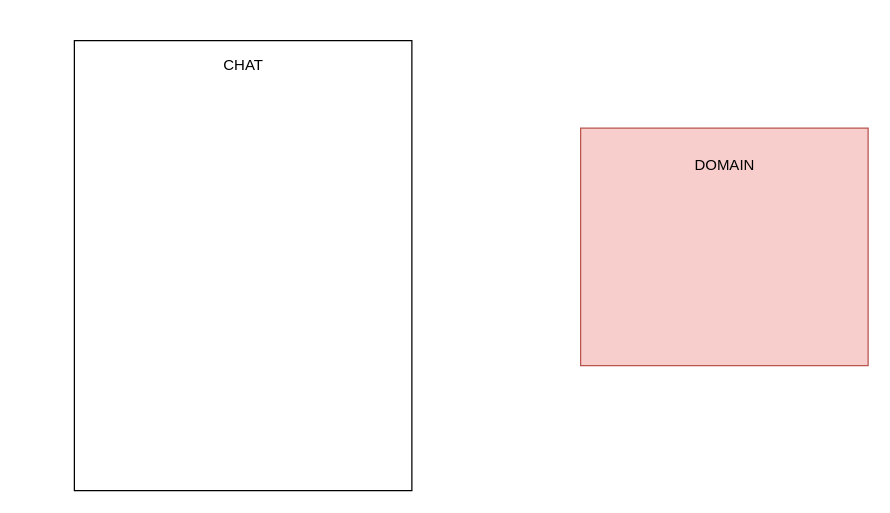
david-merosiu/uml keeps this draw.io diagram as Untitled Diagram.drawio. Above is the earlier version. Source tidied: cells renumbered, new cells numbered last; positions are measured from the earlier drawing's top-left corner, leaving out a move shared by most shapes. Both pictures are drawn from the tidied source at 125%, with x=0, y=0 at pixel (74, 21).
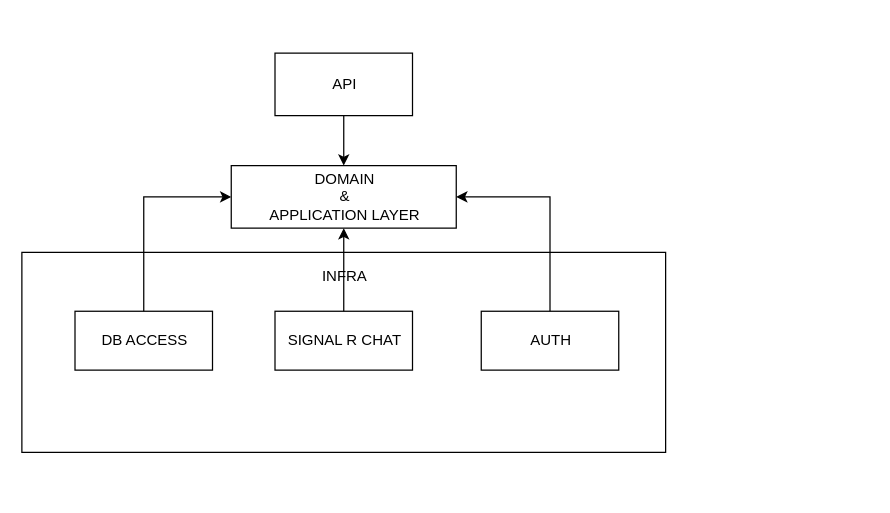
After the change.

The edit, as a diff of the source:
```diff
@@
 <mxGraphModel>
   <root>
     <mxCell id="0" />
     <mxCell id="1" parent="0" />
-    <mxCell id="2" style="group;" parent="1" vertex="1">
-      <mxGeometry width="270" height="360" as="geometry" />
-    </mxCell>
-    <mxCell id="3" style="rounded=0;whiteSpace=wrap;html=1;" parent="2" vertex="1">
-      <mxGeometry y="15" width="270" height="360" as="geometry" />
-    </mxCell>
-    <mxCell id="4" value="CHAT" style="text;html=1;align=center;verticalAlign=middle;strokeColor=none;fillColor=none;" parent="2" vertex="1">
-      <mxGeometry x="110" y="25" width="50" height="20" as="geometry" />
-    </mxCell>
-    <mxCell id="5" style="group;" parent="1" vertex="1">
-      <mxGeometry x="405" y="85" width="230" height="190" as="geometry" />
-    </mxCell>
-    <mxCell id="6" style="rounded=0;whiteSpace=wrap;html=1;fillColor=#f8cecc;strokeColor=#b85450;" parent="5" vertex="1">
-      <mxGeometry width="230" height="190" as="geometry" />
-    </mxCell>
-    <mxCell id="7" value="DOMAIN" style="text;html=1;align=center;verticalAlign=middle;strokeColor=none;fillColor=none;" parent="5" vertex="1">
-      <mxGeometry x="85" y="20" width="60" height="20" as="geometry" />
-    </mxCell>
+    <mxCell id="8" style="group;" parent="1" vertex="1">
+      <mxGeometry x="-34.5" y="175" width="515" height="160" as="geometry" />
+    </mxCell>
+    <mxCell id="9" style="rounded=0;whiteSpace=wrap;html=1;" parent="8" vertex="1">
+      <mxGeometry x="-7.5" y="9.4" width="515" height="160" as="geometry" />
+    </mxCell>
+    <mxCell id="10" value="INFRA" style="text;html=1;align=center;verticalAlign=middle;strokeColor=none;fillColor=none;" parent="8" vertex="1">
+      <mxGeometry x="225" y="18.8" width="50" height="20" as="geometry" />
+    </mxCell>
+    <mxCell id="11" value="SIGNAL R CHAT" style="html=1;" parent="8" vertex="1">
+      <mxGeometry x="195" y="56.5" width="110" height="47.1" as="geometry" />
+    </mxCell>
+    <mxCell id="12" value="AUTH" style="html=1;" parent="8" vertex="1">
+      <mxGeometry x="360" y="56.5" width="110" height="47.1" as="geometry" />
+    </mxCell>
+    <mxCell id="13" value="DB ACCESS" style="html=1;" parent="8" vertex="1">
+      <mxGeometry x="35" y="56.5" width="110" height="47.1" as="geometry" />
+    </mxCell>
+    <mxCell id="14" style="edgeStyle=orthogonalEdgeStyle;rounded=0;jettySize=auto;html=1;entryX=0.5;entryY=1;entryDx=0;entryDy=0;" parent="1" edge="1" source="11" target="17">
+      <mxGeometry relative="1" as="geometry" />
+    </mxCell>
+    <mxCell id="15" style="edgeStyle=orthogonalEdgeStyle;rounded=0;jettySize=auto;html=1;entryX=1;entryY=0.5;entryDx=0;entryDy=0;exitX=0.5;exitY=0;exitDx=0;exitDy=0;" parent="1" edge="1" source="12" target="17">
+      <mxGeometry relative="1" as="geometry" />
+    </mxCell>
+    <mxCell id="16" style="edgeStyle=orthogonalEdgeStyle;rounded=0;jettySize=auto;html=1;entryX=0;entryY=0.5;entryDx=0;entryDy=0;exitX=0.5;exitY=0;exitDx=0;exitDy=0;" parent="1" edge="1" source="13" target="17">
+      <mxGeometry relative="1" as="geometry" />
+    </mxCell>
+    <mxCell id="17" value="DOMAIN&lt;br&gt;&amp;amp;&lt;br&gt;APPLICATION LAYER" style="html=1;" parent="1" vertex="1">
+      <mxGeometry x="125.5" y="115" width="180" height="50" as="geometry" />
+    </mxCell>
+    <mxCell id="18" style="edgeStyle=orthogonalEdgeStyle;rounded=0;jettySize=auto;html=1;entryX=0.5;entryY=0;entryDx=0;entryDy=0;" parent="1" edge="1" source="19" target="17">
+      <mxGeometry relative="1" as="geometry" />
+    </mxCell>
+    <mxCell id="19" value="API" style="html=1;" parent="1" vertex="1">
+      <mxGeometry x="160.5" y="25" width="110" height="50" as="geometry" />
+    </mxCell>
   </root>
 </mxGraphModel>
```
